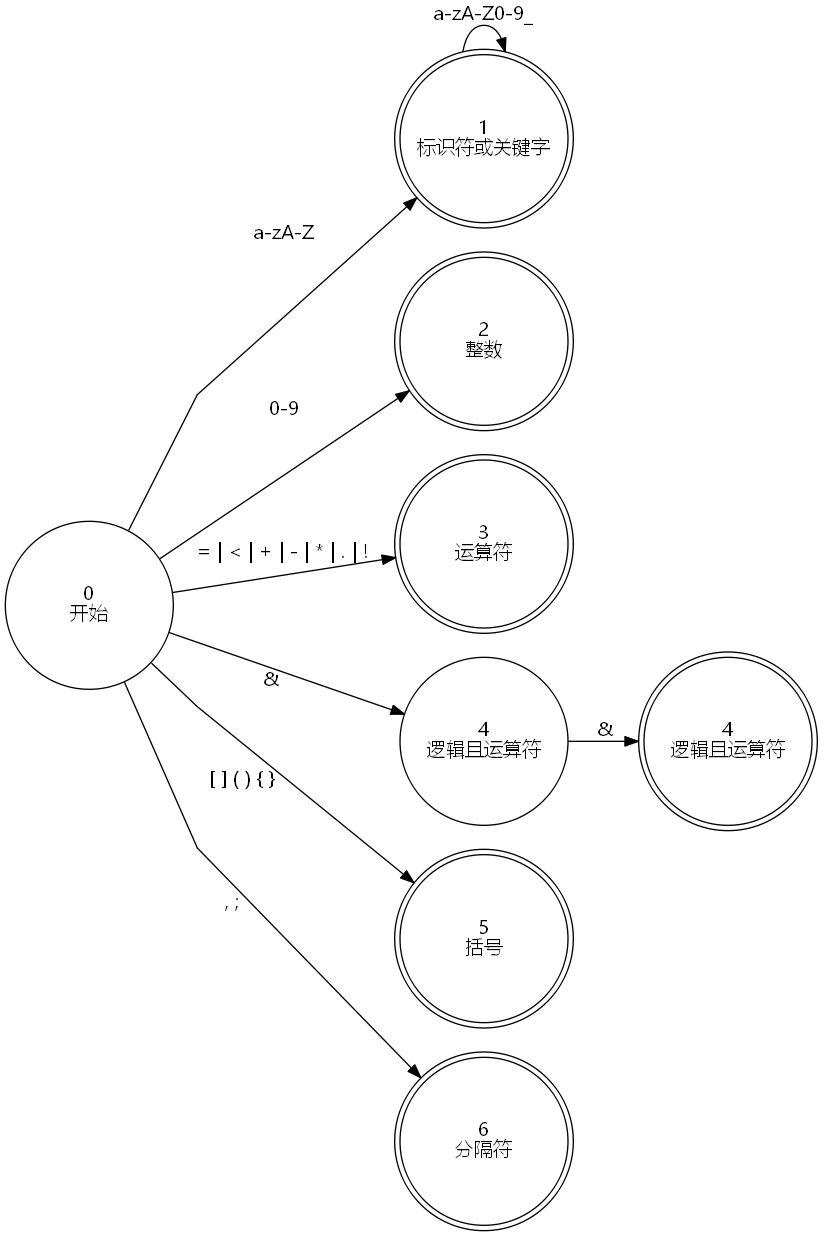
The Graphviz diagram image/state.png in TaichiLi/MJava-Compiler, before a commit. Its source is kept beside it as state.dot.
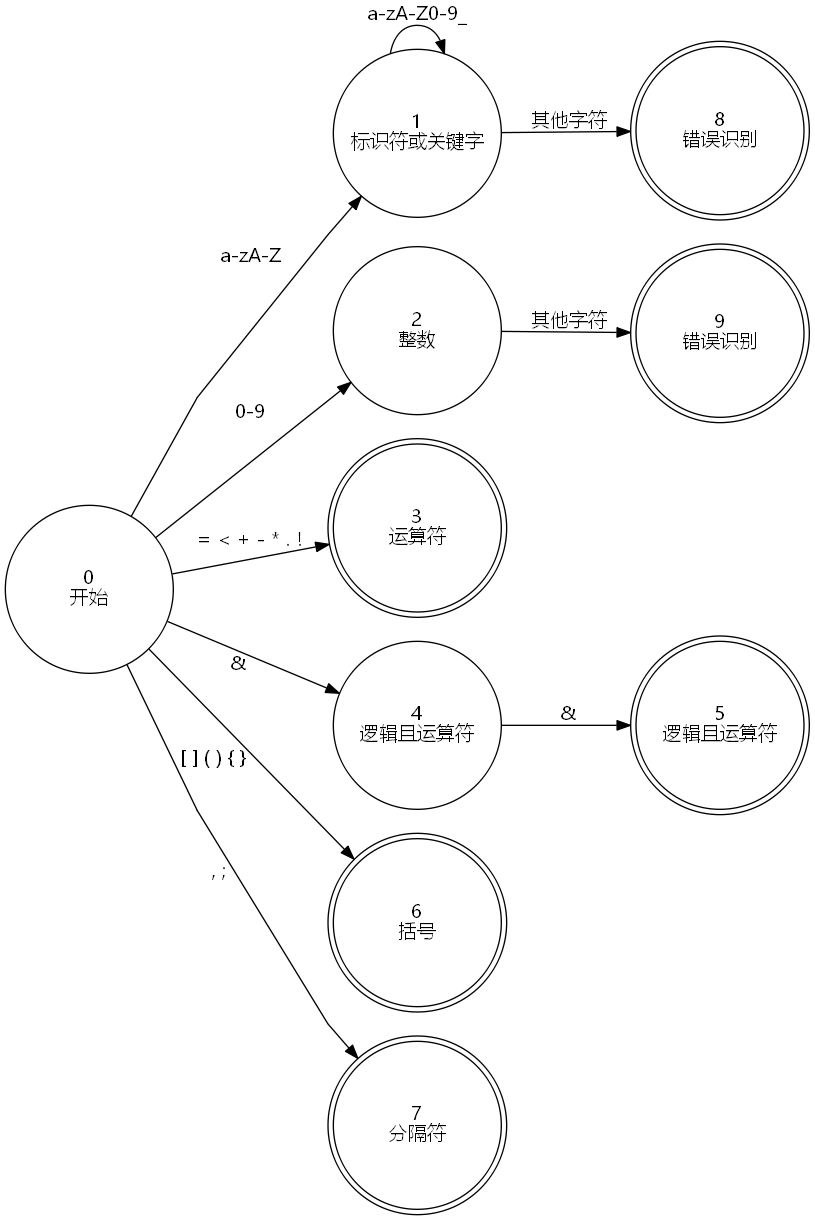
The same file after the commit.

Change to the diagram source:
```diff
@@ -7,17 +7,21 @@
     edge [fontname = "Microsoft YaHei"];
 
     node [shape = "circle", label = "0\n开始", fontname = "Microsoft YaHei", width = 1.75, height = 1.5, fixedsize = true] 0;
-    node [shape = "doublecircle", label = "1\n标识符或关键字", fontname = "Microsoft YaHei", width = 1.75, height = 1.5, fixedsize = true] 1;
-    node [shape = "doublecircle", label = "2\n整数", fontname = "Microsoft YaHei", width = 1.75, height = 1.5, fixedsize = true] 2;
+    node [shape = "circle", label = "1\n标识符或关键字", fontname = "Microsoft YaHei", width = 1.75, height = 1.5, fixedsize = true] 1;
+    node [shape = "doublecircle", label = "8\n错误识别", fontname = "Microsoft YaHei", width = 1.75, height = 1.5, fixedsize = true] 8;
+    node [shape = "circle", label = "2\n整数", fontname = "Microsoft YaHei", width = 1.75, height = 1.5, fixedsize = true] 2;
+    node [shape = "doublecircle", label = "9\n错误识别", fontname = "Microsoft YaHei", width = 1.75, height = 1.5, fixedsize = true] 9;
     node [shape = "doublecircle", label = "3\n运算符", fontname = "Microsoft YaHei", width = 1.75, height = 1.5, fixedsize = true] 3;
     node [shape = "circle", label = "4\n逻辑且运算符", fontname = "Microsoft YaHei", width = 1.75, height = 1.5, fixedsize = true] 4;
-    node [shape = "doublecircle", label = "4\n逻辑且运算符", fontname = "Microsoft YaHei", width = 1.75, height = 1.5, fixedsize = true] 5;
-    node [shape = "doublecircle", label = "5\n括号", fontname = "Microsoft YaHei", width = 1.75, height = 1.5, fixedsize = true] 6;
-    node [shape = "doublecircle", label = "6\n分隔符", fontname = "Microsoft YaHei", width = 1.75, height = 1.5, fixedsize = true] 7;
+    node [shape = "doublecircle", label = "5\n逻辑且运算符", fontname = "Microsoft YaHei", width = 1.75, height = 1.5, fixedsize = true] 5;
+    node [shape = "doublecircle", label = "6\n括号", fontname = "Microsoft YaHei", width = 1.75, height = 1.5, fixedsize = true] 6;
+    node [shape = "doublecircle", label = "7\n分隔符", fontname = "Microsoft YaHei", width = 1.75, height = 1.5, fixedsize = true] 7;
     0 -> 1 [dir = forward, label = "a-zA-Z"]
     1 -> 1 [dir = forward, label = "a-zA-Z0-9_"]
+    1 -> 8 [dir = forward, label = "其他字符"]
     0 -> 2 [dir = forward, label = "0-9"]
-    0 -> 3 [dir = forward, label = "= | < | + | - | * | . | !"]
+    2 -> 9 [dir = forward, label = "其他字符"]
+    0 -> 3 [dir = forward, label = "= < + - * . !"]
     0 -> 4 [dir = forward, xlabel = "&"]
     4 -> 5 [dir = forward, label = "&"]
     0 -> 6 [dir = forward, xlabel = "[ ] ( ) { }"]
```
